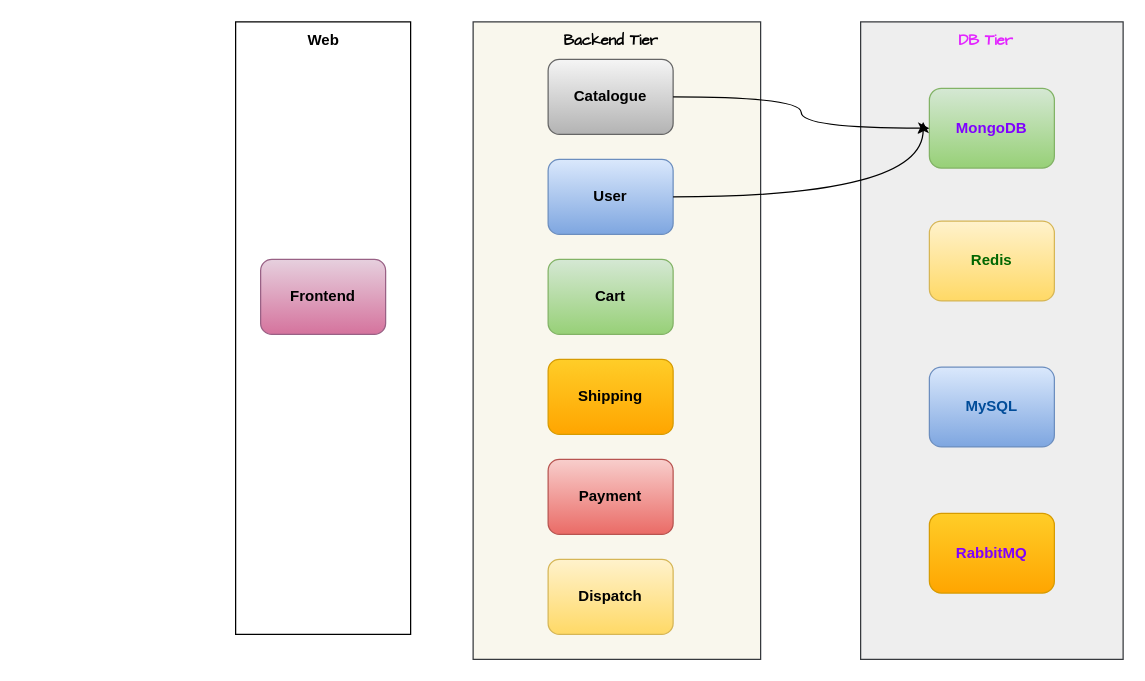
The draw.io diagram roboshop.drawio in daws-84s/diagrams, before the edit. Source tidied: cells renumbered, new cells numbered last; positions are measured from the earlier drawing's top-left corner, leaving out a move shared by most shapes. Both pictures are drawn from the tidied source at 125%, with x=0, y=0 at pixel (235, 21).
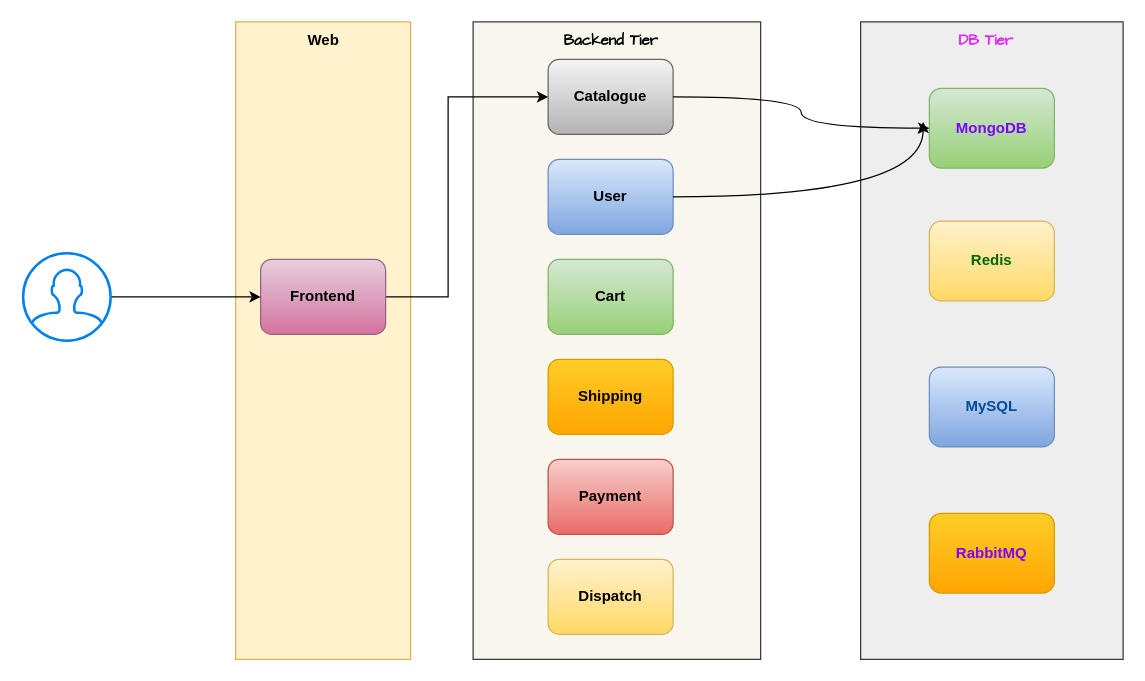
The same page after the edit.

Unchanged cells that the change refers to:
```xml
<mxCell id="4" value="&lt;b&gt;Catalogue&lt;/b&gt;" style="rounded=1;whiteSpace=wrap;html=1;fillColor=#f5f5f5;gradientColor=#b3b3b3;strokeColor=#666666;" parent="1" vertex="1">
  <mxGeometry x="250" y="30" width="100" height="60" as="geometry" />
</mxCell>
<mxCell id="10" value="&lt;b&gt;Frontend&lt;/b&gt;" style="rounded=1;whiteSpace=wrap;html=1;fillColor=#e6d0de;gradientColor=#d5739d;strokeColor=#996185;" parent="1" vertex="1">
  <mxGeometry x="20" y="190" width="100" height="60" as="geometry" />
</mxCell>
```

Change to the diagram source:
```diff
@@
-    <mxCell id="3" style="rounded=0;whiteSpace=wrap;html=1;" parent="1" vertex="1">
-      <mxGeometry width="140" height="490" as="geometry" />
+    <mxCell id="3" style="rounded=0;whiteSpace=wrap;html=1;fillColor=#fff2cc;strokeColor=#d6b656;" parent="1" vertex="1">
+      <mxGeometry width="140" height="510" as="geometry" />
     </mxCell>
@@
+    <mxCell id="23" style="edgeStyle=orthogonalEdgeStyle;rounded=0;jettySize=auto;html=1;entryX=0;entryY=0.5;entryDx=0;entryDy=0;" parent="1" edge="1" source="10" target="4">
+      <mxGeometry relative="1" as="geometry">
+        <Array as="points">
+          <mxPoint x="170" y="220" />
+          <mxPoint x="170" y="60" />
+        </Array>
+      </mxGeometry>
+    </mxCell>
@@
+    <mxCell id="24" style="edgeStyle=orthogonalEdgeStyle;rounded=0;jettySize=auto;html=1;" parent="1" edge="1" source="25" target="10">
+      <mxGeometry relative="1" as="geometry" />
+    </mxCell>
+    <mxCell id="25" style="html=1;verticalLabelPosition=bottom;align=center;labelBackgroundColor=#ffffff;verticalAlign=top;strokeWidth=2;strokeColor=#0080F0;shadow=0;dashed=0;shape=mxgraph.ios7.icons.user;" parent="1" vertex="1">
+      <mxGeometry x="-170" y="185" width="70" height="70" as="geometry" />
+    </mxCell>
```
